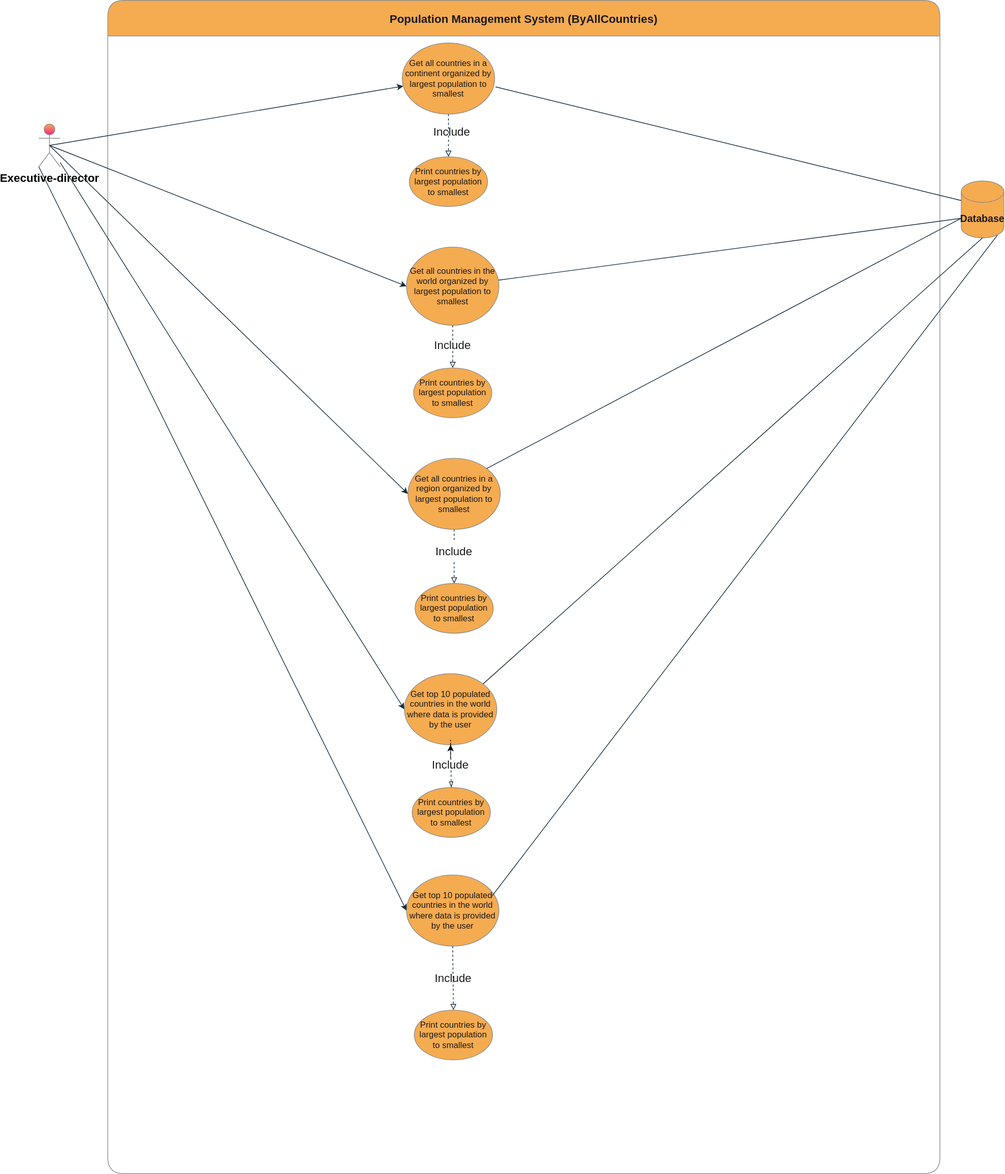
Earlier version of the draw.io export use-cases-for-country-report/population management system (AllCountries).svg (ThihaKZ16/group5). Source tidied: cells renumbered, new cells last; positions are measured from the earlier drawing's top-left corner, leaving out a move shared by most shapes.
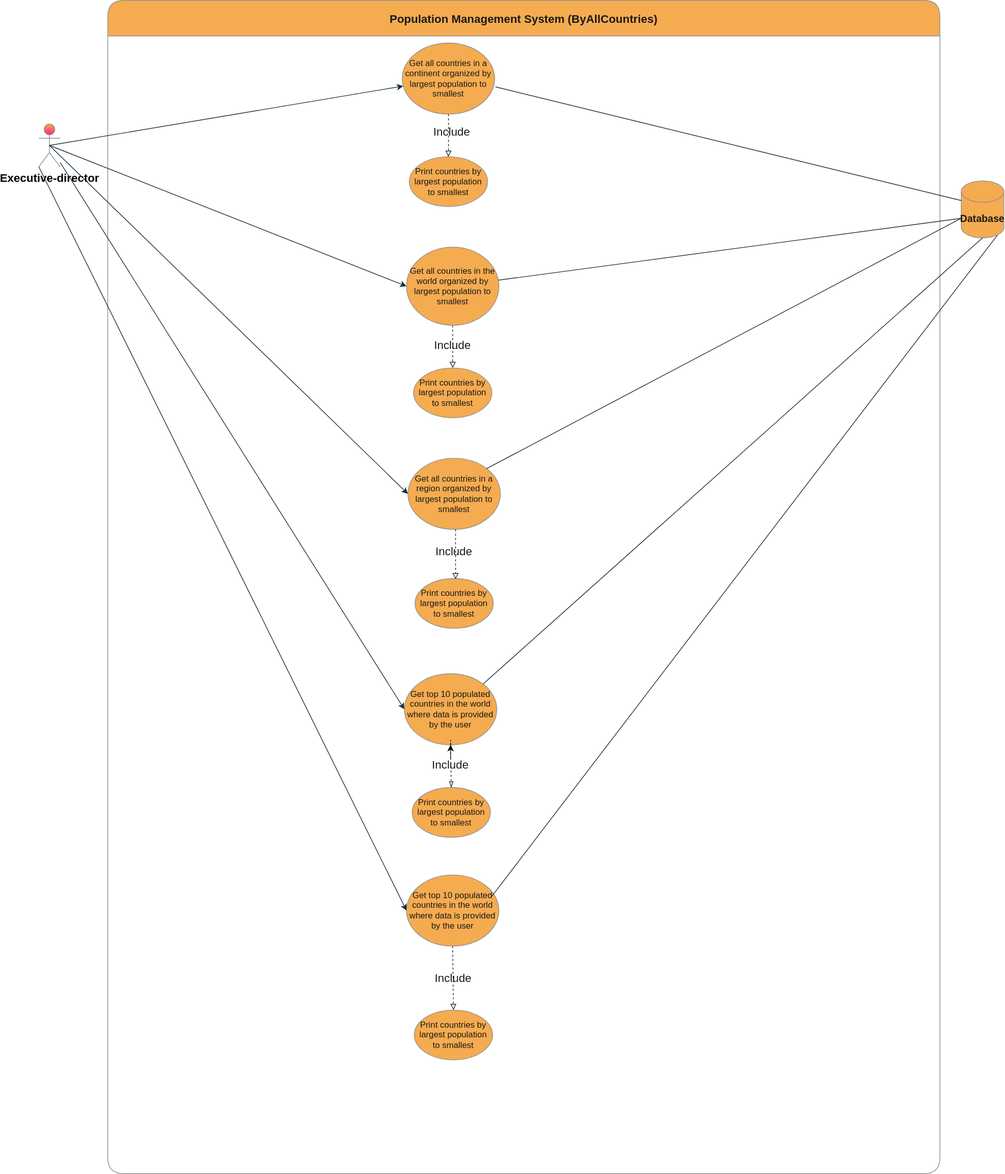
The same diagram one commit later.

Commit message:
Update use case diagram for country reports

The edit, as a diff of the source:
```diff
@@ -33,7 +33,7 @@
       <mxGeometry relative="1" as="geometry" />
     </mxCell>
     <mxCell id="12" value="Print countries by largest population to smallest" style="ellipse;whiteSpace=wrap;html=1;fillColor=#F5AB50;strokeColor=#909090;fontColor=#1A1A1A;" parent="2" vertex="1">
-      <mxGeometry x="432" y="820" width="110" height="70" as="geometry" />
+      <mxGeometry x="432" y="813" width="110" height="70" as="geometry" />
     </mxCell>
     <mxCell id="13" value="Print countries by largest population to smallest" style="ellipse;whiteSpace=wrap;html=1;fillColor=#F5AB50;strokeColor=#909090;fontColor=#1A1A1A;" parent="2" vertex="1">
       <mxGeometry x="428" y="1107" width="110" height="70" as="geometry" />
@@ -41,9 +41,6 @@
     <mxCell id="14" style="endArrow=blockThin;html=1;rounded=0;strokeColor=#182E3E;dashed=1;exitX=0.5;exitY=1;exitDx=0;exitDy=0;entryX=0.5;entryY=0;entryDx=0;entryDy=0;endFill=0;labelBackgroundColor=#EEEEEE;fontColor=#1A1A1A;" parent="2" edge="1" source="8" target="13">
       <mxGeometry relative="1" as="geometry" />
     </mxCell>
-    <mxCell id="15" style="endArrow=block;html=1;rounded=0;strokeColor=#182E3E;dashed=1;exitX=0.5;exitY=1;exitDx=0;exitDy=0;startArrow=none;endFill=0;labelBackgroundColor=#EEEEEE;fontColor=#1A1A1A;" parent="2" edge="1" source="19" target="12">
-      <mxGeometry relative="1" as="geometry" />
-    </mxCell>
     <mxCell id="16" value="Print countries by largest population to smallest" style="ellipse;whiteSpace=wrap;html=1;fillColor=#F5AB50;strokeColor=#909090;fontColor=#1A1A1A;" parent="2" vertex="1">
       <mxGeometry x="431" y="1420" width="110" height="70" as="geometry" />
     </mxCell>
@@ -56,9 +53,6 @@
     <mxCell id="19" value="Include" style="text;html=1;align=center;verticalAlign=middle;whiteSpace=wrap;rounded=0;fontSize=16;fontColor=#1A1A1A;" parent="2" vertex="1">
       <mxGeometry x="457" y="760" width="60" height="30" as="geometry" />
     </mxCell>
-    <mxCell id="20" style="endArrow=none;html=1;rounded=0;strokeColor=#182E3E;dashed=1;exitX=0.5;exitY=1;exitDx=0;exitDy=0;labelBackgroundColor=#EEEEEE;fontColor=#1A1A1A;" parent="2" edge="1" source="7" target="19">
-      <mxGeometry relative="1" as="geometry" />
-    </mxCell>
     <mxCell id="21" style="edgeStyle=orthogonalEdgeStyle;rounded=0;jettySize=auto;html=1;dashed=1;" parent="2" edge="1" source="22" target="8">
       <mxGeometry relative="1" as="geometry" />
     </mxCell>
@@ -109,5 +103,11 @@
     <mxCell id="36" style="endArrow=classic;html=1;rounded=0;entryX=0;entryY=0.5;entryDx=0;entryDy=0;strokeColor=#182E3E;exitX=0;exitY=1;exitDx=0;exitDy=0;exitPerimeter=0;labelBackgroundColor=#EEEEEE;fontColor=#1A1A1A;" parent="1" edge="1" source="31" target="9">
       <mxGeometry relative="1" as="geometry" />
     </mxCell>
+    <mxCell id="37" style="endArrow=block;html=1;rounded=0;strokeColor=#182E3E;dashed=1;endFill=0;labelBackgroundColor=#EEEEEE;fontColor=#1A1A1A;" parent="1" edge="1">
+      <mxGeometry relative="1" as="geometry">
+        <mxPoint x="586" y="744" as="sourcePoint" />
+        <mxPoint x="586" y="814" as="targetPoint" />
+      </mxGeometry>
+    </mxCell>
   </root>
 </mxGraphModel>
```
